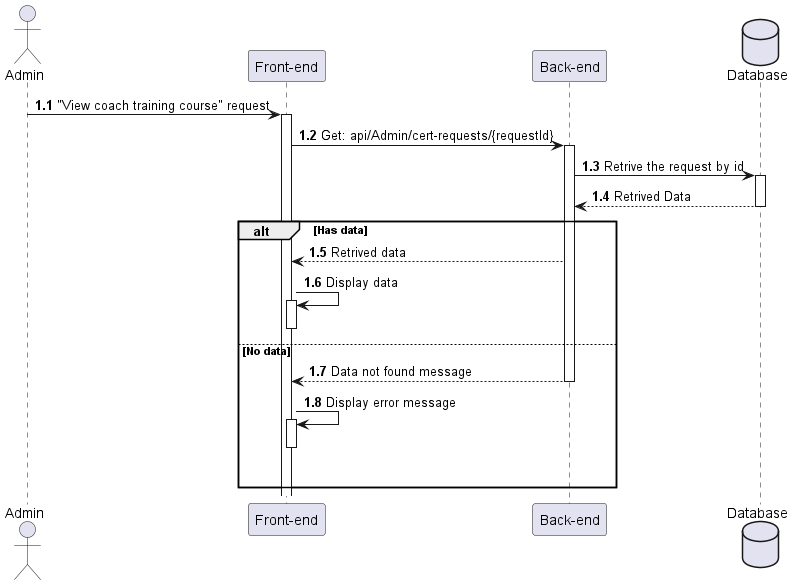
Above: out/Sequences_diagrams/ViewCoachVerifyReqDetail/ViewCoachVerifyRequestDetail.png in HTPhong-276/iCoaching-Diagrams (PlantUML), before the change.
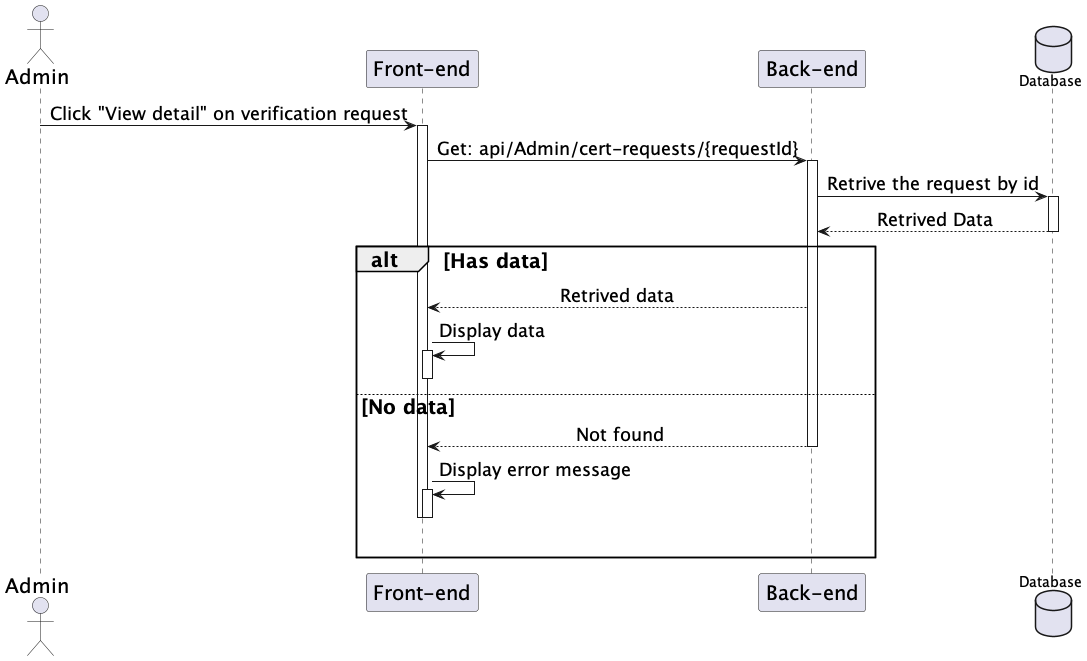
The same diagram one commit later.

Change to the diagram source:
```diff
@@ -1,13 +1,19 @@
 @startuml ViewCoachVerifyRequestDetail
-
+skinparam sequenceMessageAlign center
+skinparam sequenceGroupFontSize 20
+skinparam sequenceGroupHeaderFontSize 20
+skinparam sequence {
+    ParticipantFontSize 20
+    ActorFontSize 20
+    DatabaseFontSize 20
+    ArrowFontSize 18
+}
 actor Admin as user
 participant "Front-end" as client
 participant "Back-end" as server
 database "Database" as db
 
-autonumber 1.1 "<b>0:"
-
-user -> client++ : "View coach training course" request
+user -> client++ : Click "View detail" on verification request
 client -> server++ : Get: api/Admin/cert-requests/{requestId}
 server -> db++ : Retrive the request by id
 db --> server : Retrived Data
@@ -19,9 +25,10 @@
     deactivate
 
 else No data
-    server --> client : Data not found message
+    server --> client : Not found
     deactivate
     client -> client++ : Display error message
+    deactivate
     deactivate
     |||
 end
```
